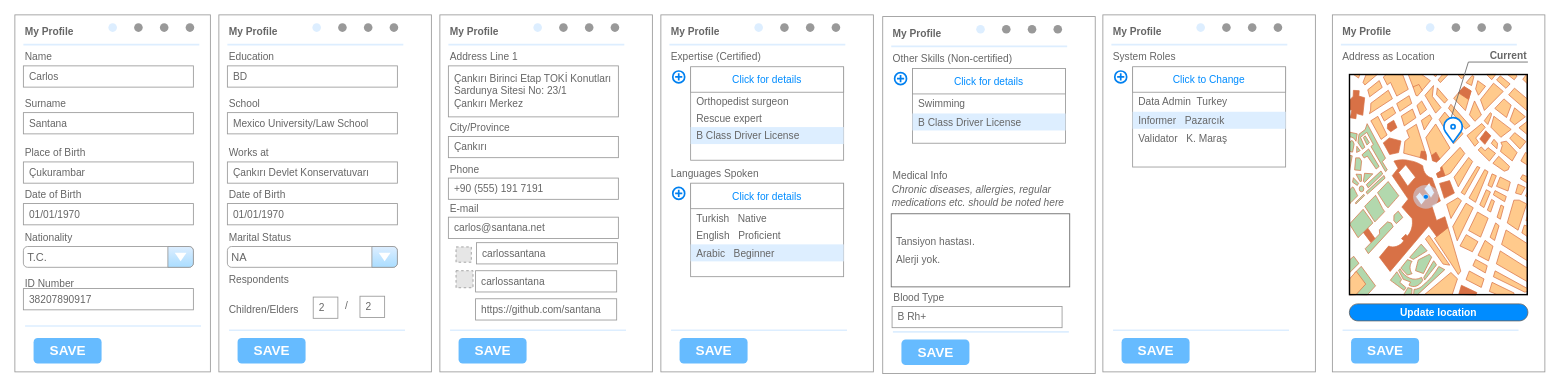
Before: page "My Profile" (1 of 2) of mockups/ProfileMockup.drawio in bounswe/bounswe2023group2, a draw.io diagram. Source tidied: cells renumbered, new cells numbered last; positions are measured from the earlier drawing's top-left corner, leaving out a move shared by most shapes. Both pictures are drawn from the tidied source at 85%, with x=0, y=0 at pixel (14, 14). Pictures stored in the file or linked from it are replaced by grey dashed boxes.
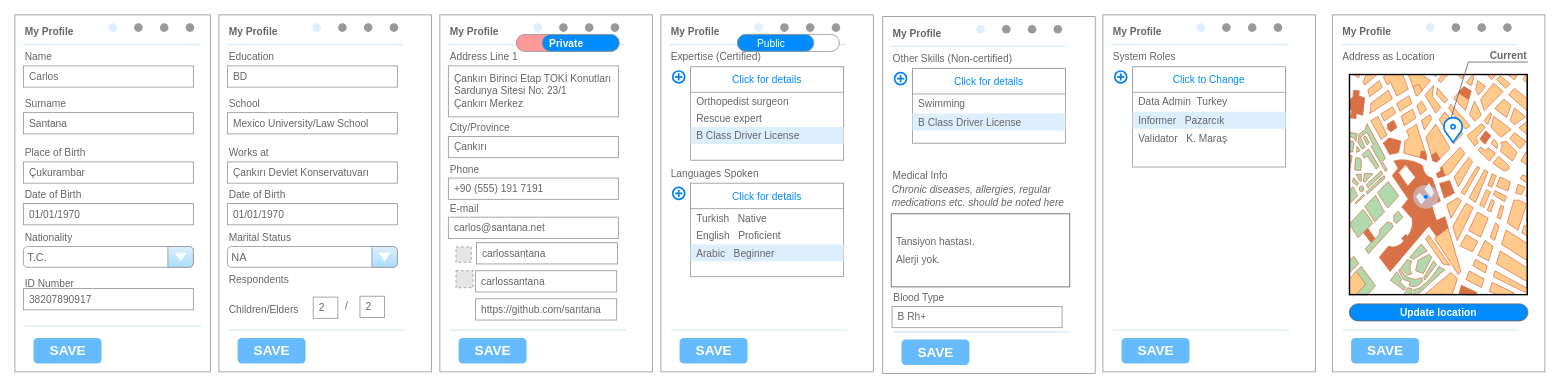
Above is the later version.

Commit message:
Added switch for public/private information

The change refers to these unchanged cells:
```xml
<mxCell id="47" style="strokeWidth=1;shadow=0;dashed=0;align=center;html=1;shape=mxgraph.mockup.forms.rrect;rSize=0;strokeColor=#999999;fillColor=#ffffff;fontStyle=0;" parent="46" vertex="1">
  <mxGeometry width="250" height="420" as="geometry" />
</mxCell>
<mxCell id="70" style="strokeWidth=1;shadow=0;dashed=0;align=center;html=1;shape=mxgraph.mockup.forms.rrect;rSize=0;strokeColor=#999999;fillColor=#ffffff;fontStyle=0;" parent="69" vertex="1">
  <mxGeometry width="250" height="420" as="geometry" />
</mxCell>
```

The edit, as a diff of the source:
```diff
@@
+    <mxCell id="156" value="&lt;font style=&quot;font-size: 12px;&quot;&gt;Private&lt;/font&gt;" style="strokeWidth=1;shadow=0;dashed=0;align=right;html=1;shape=mxgraph.mockup.buttons.onOffButton;gradientColor=none;strokeColor=#999999;buttonState=on;fillColor2=#008cff;fontColor=#ffffff;fontSize=17;mainText=;spacingRight=40;fontStyle=1;whiteSpace=wrap;flipH=1;fillColor=#FF9999;" parent="47" vertex="1">
+      <mxGeometry x="90" y="23" width="121" height="20" as="geometry" />
+    </mxCell>
@@
+    <mxCell id="157" value="&lt;span style=&quot;font-size: 12px; font-weight: 400;&quot;&gt;Public&lt;/span&gt;" style="strokeWidth=1;shadow=0;dashed=0;align=center;html=1;shape=mxgraph.mockup.buttons.onOffButton;gradientColor=none;strokeColor=#999999;buttonState=on;fillColor2=#008cff;fontColor=#ffffff;fontSize=17;mainText=;spacingRight=40;fontStyle=1;whiteSpace=wrap;labelPosition=center;verticalLabelPosition=middle;verticalAlign=middle;" parent="70" vertex="1">
+      <mxGeometry x="90" y="23" width="120" height="20" as="geometry" />
+    </mxCell>
```
